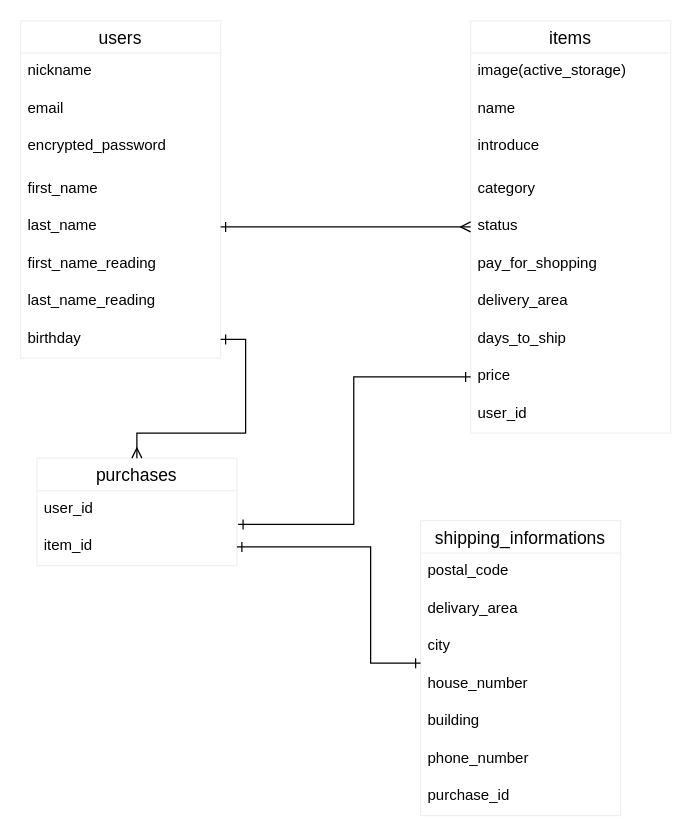
Earlier version of the draw.io diagram table.dio (hiratatatsujiro/furuma-31556). Source tidied: cells renumbered, new cells numbered last; positions are measured from the earlier drawing's top-left corner, leaving out a move shared by most shapes. Both pictures are drawn from the tidied source at 125%, with x=0, y=0 at pixel (20, 20).
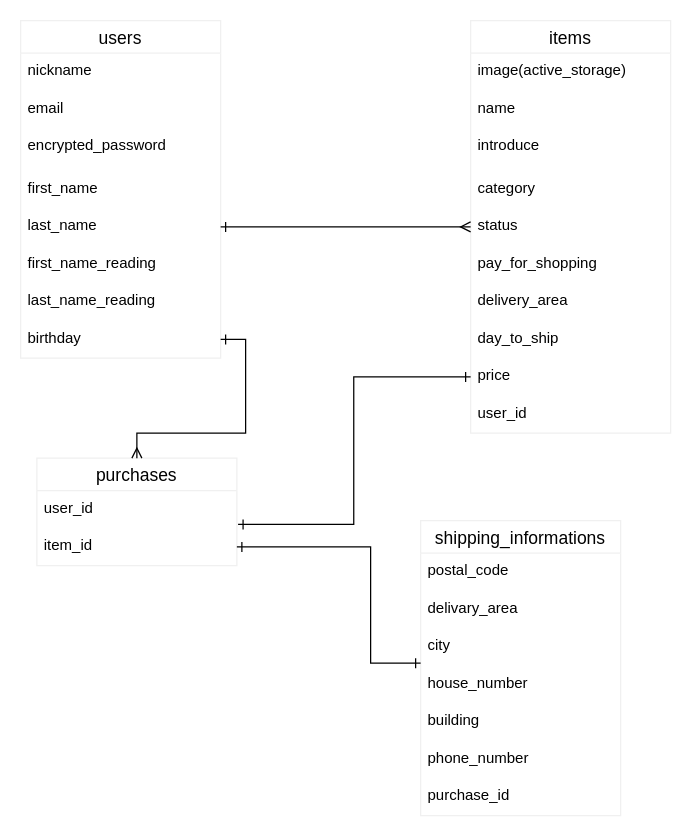
After the change.

Unchanged cells that the change refers to:
```xml
<mxCell id="11" value="items" style="swimlane;fontStyle=0;horizontal=1;startSize=26;align=center;fontSize=14;strokeColor=#f0f0f0;" parent="1" vertex="1">
  <mxGeometry x="360" width="160" height="330" as="geometry" />
</mxCell>
```

The edit, as a diff of the source:
```diff
@@
-    <mxCell id="19" value="days_to_ship" style="text;strokeColor=none;fillColor=none;spacingLeft=4;spacingRight=4;overflow=hidden;fontSize=12;" parent="11" vertex="1">
+    <mxCell id="19" value="day_to_ship" style="text;strokeColor=none;fillColor=none;spacingLeft=4;spacingRight=4;overflow=hidden;fontSize=12;" parent="11" vertex="1">
       <mxGeometry y="240" width="160" height="30" as="geometry" />
     </mxCell>
```
